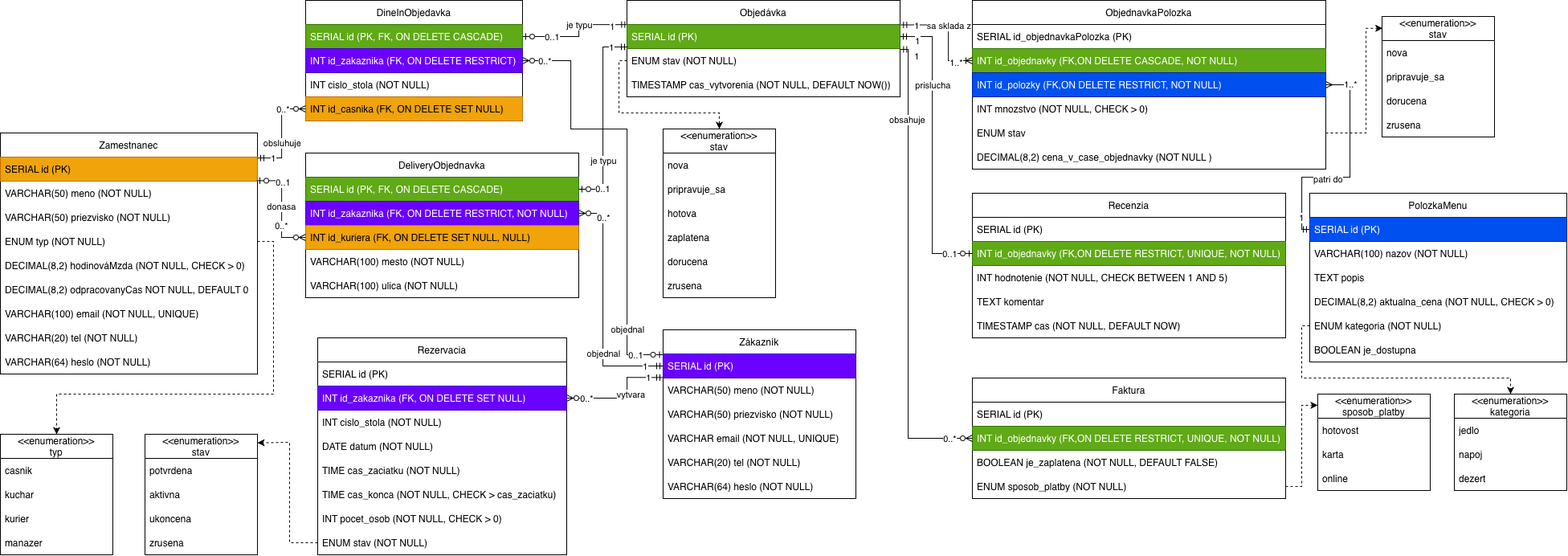
The draw.io diagram assets/relacny_model.png in xboldog/DBS-assignment, before a commit. Source tidied: cells renumbered, new cells last; positions are measured from the earlier drawing's top-left corner, leaving out a move shared by most shapes.
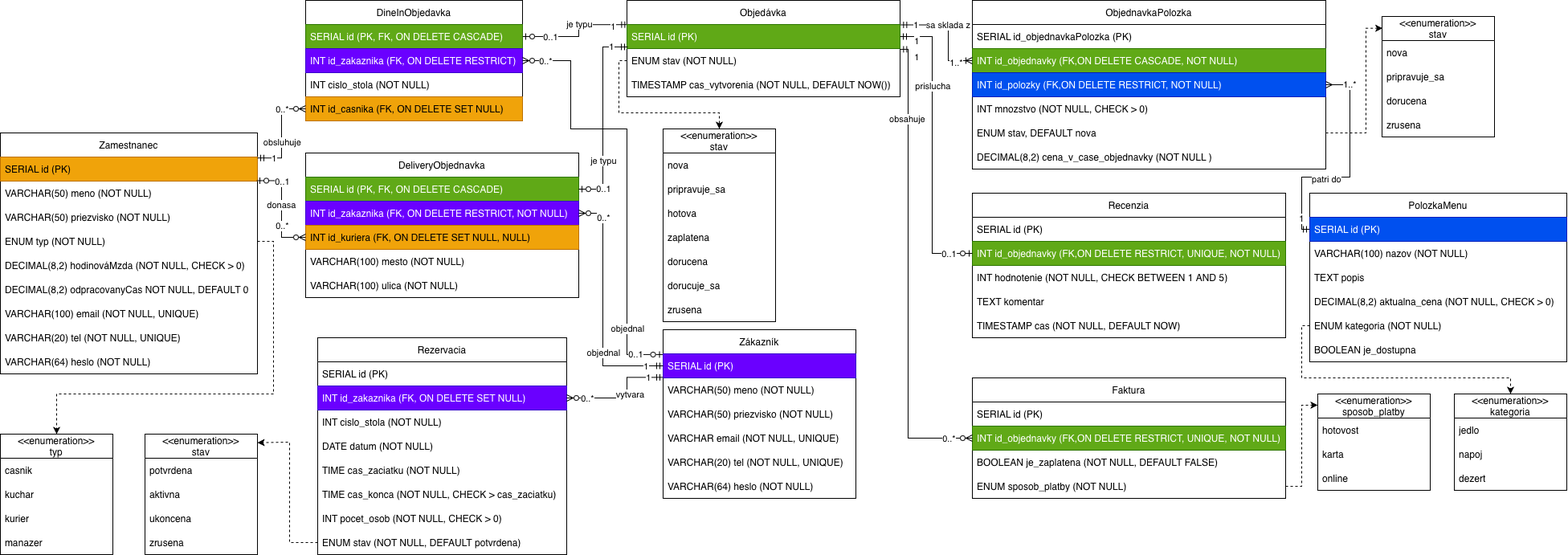
After the commit.

Commit message:
relacny model fix

Change to the diagram source:
```diff
@@ -17,7 +17,7 @@
     <mxCell id="6" value="VARCHAR email (NOT NULL, UNIQUE)" style="text;strokeColor=none;fillColor=none;align=left;verticalAlign=middle;spacingLeft=4;spacingRight=4;overflow=hidden;whiteSpace=wrap;html=1;rounded=0;" parent="2" vertex="1">
       <mxGeometry y="120" width="240" height="30" as="geometry" />
     </mxCell>
-    <mxCell id="7" value="VARCHAR(20) tel (NOT NULL)" style="text;strokeColor=none;fillColor=none;align=left;verticalAlign=middle;spacingLeft=4;spacingRight=4;overflow=hidden;whiteSpace=wrap;html=1;rounded=0;" parent="2" vertex="1">
+    <mxCell id="7" value="VARCHAR(20) tel (NOT NULL, UNIQUE)" style="text;strokeColor=none;fillColor=none;align=left;verticalAlign=middle;spacingLeft=4;spacingRight=4;overflow=hidden;whiteSpace=wrap;html=1;rounded=0;" parent="2" vertex="1">
       <mxGeometry y="150" width="240" height="30" as="geometry" />
     </mxCell>
     <mxCell id="8" value="VARCHAR(64) heslo (NOT NULL)" style="text;strokeColor=none;fillColor=none;align=left;verticalAlign=middle;spacingLeft=4;spacingRight=4;overflow=hidden;whiteSpace=wrap;html=1;rounded=0;" parent="2" vertex="1">
@@ -101,7 +101,7 @@
     <mxCell id="31" value="INT mnozstvo (NOT NULL, CHECK &amp;gt; 0)" style="text;strokeColor=none;fillColor=none;align=left;verticalAlign=middle;spacingLeft=4;spacingRight=4;overflow=hidden;whiteSpace=wrap;html=1;rounded=0;" parent="27" vertex="1">
       <mxGeometry y="120" width="440" height="30" as="geometry" />
     </mxCell>
-    <mxCell id="32" value="ENUM stav" style="text;strokeColor=none;fillColor=none;align=left;verticalAlign=middle;spacingLeft=4;spacingRight=4;overflow=hidden;points=[[0,0.5],[1,0.5]];portConstraint=eastwest;whiteSpace=wrap;html=1;rounded=0;" parent="27" vertex="1">
+    <mxCell id="32" value="ENUM stav, DEFAULT nova" style="text;strokeColor=none;fillColor=none;align=left;verticalAlign=middle;spacingLeft=4;spacingRight=4;overflow=hidden;points=[[0,0.5],[1,0.5]];portConstraint=eastwest;whiteSpace=wrap;html=1;rounded=0;" parent="27" vertex="1">
       <mxGeometry y="150" width="440" height="30" as="geometry" />
     </mxCell>
     <mxCell id="33" value="DECIMAL(8,2) cena_v_case_objednavky (NOT NULL )" style="text;strokeColor=none;fillColor=none;align=left;verticalAlign=middle;spacingLeft=4;spacingRight=4;overflow=hidden;whiteSpace=wrap;html=1;rounded=0;" parent="27" vertex="1">
@@ -195,7 +195,7 @@
     <mxCell id="55" value="INT pocet_osob (NOT NULL, CHECK &amp;gt; 0)" style="text;align=left;verticalAlign=middle;spacingLeft=4;spacingRight=4;overflow=hidden;whiteSpace=wrap;html=1;rounded=0;" parent="48" vertex="1">
       <mxGeometry y="210" width="310" height="30" as="geometry" />
     </mxCell>
-    <mxCell id="56" value="ENUM stav (NOT NULL)" style="text;align=left;verticalAlign=middle;spacingLeft=4;spacingRight=4;overflow=hidden;points=[[0,0.5],[1,0.5]];portConstraint=eastwest;whiteSpace=wrap;html=1;rounded=0;" parent="48" vertex="1">
+    <mxCell id="56" value="ENUM stav (NOT NULL, DEFAULT potvrdena)" style="text;align=left;verticalAlign=middle;spacingLeft=4;spacingRight=4;overflow=hidden;points=[[0,0.5],[1,0.5]];portConstraint=eastwest;whiteSpace=wrap;html=1;rounded=0;" parent="48" vertex="1">
       <mxGeometry y="240" width="310" height="30" as="geometry" />
     </mxCell>
     <mxCell id="57" value="Faktura" style="swimlane;fontStyle=0;horizontal=1;startSize=30;whiteSpace=wrap;html=1;rounded=0;" parent="1" vertex="1">
@@ -301,7 +301,7 @@
     <mxCell id="83" value="VARCHAR(100) email (NOT NULL, UNIQUE)" style="text;strokeColor=none;fillColor=none;align=left;verticalAlign=middle;spacingLeft=4;spacingRight=4;overflow=hidden;whiteSpace=wrap;html=1;rounded=0;" parent="76" vertex="1">
       <mxGeometry y="210" width="320" height="30" as="geometry" />
     </mxCell>
-    <mxCell id="84" value="VARCHAR(20) tel (NOT NULL)" style="text;strokeColor=none;fillColor=none;align=left;verticalAlign=middle;spacingLeft=4;spacingRight=4;overflow=hidden;whiteSpace=wrap;html=1;rounded=0;" parent="76" vertex="1">
+    <mxCell id="84" value="VARCHAR(20) tel (NOT NULL, UNIQUE)" style="text;strokeColor=none;fillColor=none;align=left;verticalAlign=middle;spacingLeft=4;spacingRight=4;overflow=hidden;whiteSpace=wrap;html=1;rounded=0;" parent="76" vertex="1">
       <mxGeometry y="240" width="320" height="30" as="geometry" />
     </mxCell>
     <mxCell id="85" value="VARCHAR(64) heslo (NOT NULL)" style="text;strokeColor=none;fillColor=none;align=left;verticalAlign=middle;spacingLeft=4;spacingRight=4;overflow=hidden;whiteSpace=wrap;html=1;rounded=0;" parent="76" vertex="1">
@@ -510,7 +510,7 @@
       <mxGeometry y="90" width="140" height="30" as="geometry" />
     </mxCell>
     <mxCell id="127" value="&amp;lt;&amp;lt;enumeration&amp;gt;&amp;gt;&lt;div&gt;stav&lt;/div&gt;" style="swimlane;fontStyle=0;horizontal=1;startSize=30;whiteSpace=wrap;html=1;" parent="1" vertex="1">
-      <mxGeometry x="825" y="160" width="140" height="210" as="geometry" />
+      <mxGeometry x="825" y="160" width="140" height="240" as="geometry" />
     </mxCell>
     <mxCell id="128" value="nova" style="text;strokeColor=none;fillColor=none;align=left;verticalAlign=middle;spacingLeft=4;spacingRight=4;overflow=hidden;whiteSpace=wrap;html=1;" parent="127" vertex="1">
       <mxGeometry y="30" width="140" height="30" as="geometry" />
@@ -527,8 +527,11 @@
     <mxCell id="132" value="dorucena" style="text;strokeColor=none;fillColor=none;align=left;verticalAlign=middle;spacingLeft=4;spacingRight=4;overflow=hidden;whiteSpace=wrap;html=1;" parent="127" vertex="1">
       <mxGeometry y="150" width="140" height="30" as="geometry" />
     </mxCell>
+    <mxCell id="147" value="dorucuje_sa" style="text;strokeColor=none;fillColor=none;align=left;verticalAlign=middle;spacingLeft=4;spacingRight=4;overflow=hidden;whiteSpace=wrap;html=1;" parent="127" vertex="1">
+      <mxGeometry y="180" width="140" height="30" as="geometry" />
+    </mxCell>
     <mxCell id="133" value="zrusena" style="text;strokeColor=none;fillColor=none;align=left;verticalAlign=middle;spacingLeft=4;spacingRight=4;overflow=hidden;whiteSpace=wrap;html=1;" parent="127" vertex="1">
-      <mxGeometry y="180" width="140" height="30" as="geometry" />
+      <mxGeometry y="210" width="140" height="30" as="geometry" />
     </mxCell>
     <mxCell id="134" value="&amp;lt;&amp;lt;enumeration&amp;gt;&amp;gt;&lt;div&gt;kategoria&lt;/div&gt;" style="swimlane;fontStyle=0;horizontal=1;startSize=30;whiteSpace=wrap;html=1;" parent="1" vertex="1">
       <mxGeometry x="1810" y="490" width="140" height="120" as="geometry" />
```
